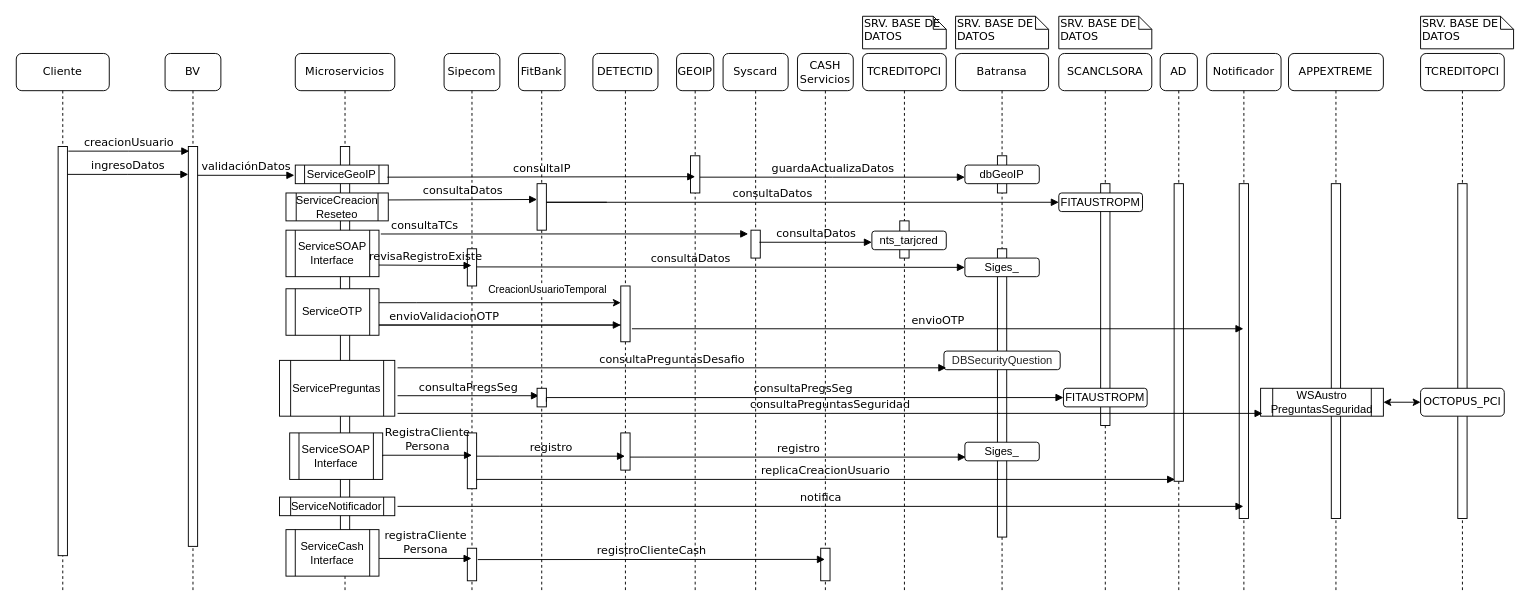
Above: page "DiagramaSeqCreacion" (4 of 9) of CreateUsrBVDiagram.drawio in davidguillermofg/Diagrams (draw.io), before the change. Source tidied: cells renumbered, new cells numbered last; positions are measured from the earlier drawing's top-left corner, leaving out a move shared by most shapes. Both pictures are drawn from the tidied source at 93%, with x=0, y=0 at pixel (16, 16).
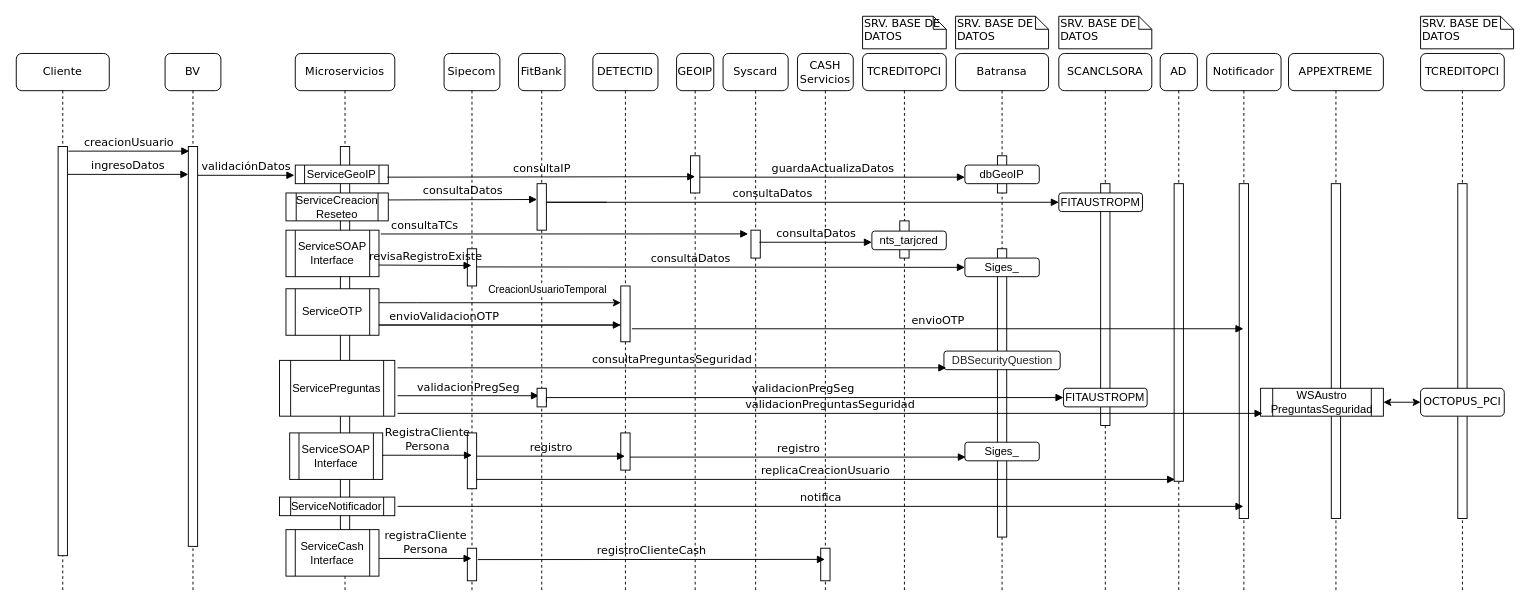
The same diagram, later.

Diff of the diagram source:
```diff
@@
-    <mxCell id="55" value="consultaPreguntasDesafio" style="html=1;verticalAlign=bottom;endArrow=block;labelBackgroundColor=none;fontFamily=Verdana;fontSize=12;edgeStyle=elbowEdgeStyle;elbow=vertical;rounded=0;" parent="1" edge="1">
+    <mxCell id="55" value="consultaPreguntasSeguridad" style="html=1;verticalAlign=bottom;endArrow=block;labelBackgroundColor=none;fontFamily=Verdana;fontSize=12;edgeStyle=elbowEdgeStyle;elbow=vertical;rounded=0;" parent="1" edge="1">
       <mxGeometry relative="1" as="geometry">
         <mxPoint x="410" y="378" as="sourcePoint" />
         <mxPoint x="1000" y="378" as="targetPoint" />
       </mxGeometry>
     </mxCell>
@@
-    <mxCell id="62" value="consultaPreguntasSeguridad" style="html=1;verticalAlign=bottom;endArrow=block;labelBackgroundColor=none;fontFamily=Verdana;fontSize=12;edgeStyle=elbowEdgeStyle;elbow=vertical;rounded=0;" parent="1" edge="1">
+    <mxCell id="62" value="validacionPreguntasSeguridad" style="html=1;verticalAlign=bottom;endArrow=block;labelBackgroundColor=none;fontFamily=Verdana;fontSize=12;edgeStyle=elbowEdgeStyle;elbow=vertical;rounded=0;" parent="1" edge="1">
       <mxGeometry relative="1" as="geometry">
         <mxPoint x="410" y="427" as="sourcePoint" />
         <mxPoint x="1340" y="427" as="targetPoint" />
       </mxGeometry>
     </mxCell>
@@
-    <mxCell id="68" value="consultaPregsSeg" style="html=1;verticalAlign=bottom;endArrow=block;labelBackgroundColor=none;fontFamily=Verdana;fontSize=12;edgeStyle=elbowEdgeStyle;elbow=vertical;rounded=0;entryX=0.2;entryY=0.22;entryDx=0;entryDy=0;entryPerimeter=0;" parent="1" edge="1">
+    <mxCell id="68" value="validacionPregSeg" style="html=1;verticalAlign=bottom;endArrow=block;labelBackgroundColor=none;fontFamily=Verdana;fontSize=12;edgeStyle=elbowEdgeStyle;elbow=vertical;rounded=0;entryX=0.2;entryY=0.22;entryDx=0;entryDy=0;entryPerimeter=0;" parent="1" edge="1">
       <mxGeometry relative="1" as="geometry">
         <mxPoint x="410" y="408" as="sourcePoint" />
         <mxPoint x="562" y="408.4" as="targetPoint" />
         <Array as="points">
           <mxPoint x="490" y="408" />
         </Array>
       </mxGeometry>
     </mxCell>
@@
-    <mxCell id="85" value="consultaPregsSeg" style="html=1;verticalAlign=bottom;endArrow=block;labelBackgroundColor=none;fontFamily=Verdana;fontSize=12;edgeStyle=elbowEdgeStyle;elbow=vertical;rounded=0;exitX=1;exitY=0.25;exitDx=0;exitDy=0;entryX=0;entryY=0.5;entryDx=0;entryDy=0;" parent="1" edge="1">
+    <mxCell id="85" value="validacionPregSeg" style="html=1;verticalAlign=bottom;endArrow=block;labelBackgroundColor=none;fontFamily=Verdana;fontSize=12;edgeStyle=elbowEdgeStyle;elbow=vertical;rounded=0;exitX=1;exitY=0.25;exitDx=0;exitDy=0;entryX=0;entryY=0.5;entryDx=0;entryDy=0;" parent="1" edge="1">
       <mxGeometry relative="1" as="geometry">
         <mxPoint x="570" y="414.5" as="sourcePoint" />
         <mxPoint x="1126" y="410" as="targetPoint" />
         <Array as="points">
           <mxPoint x="1090" y="410" />
         </Array>
       </mxGeometry>
     </mxCell>
```
